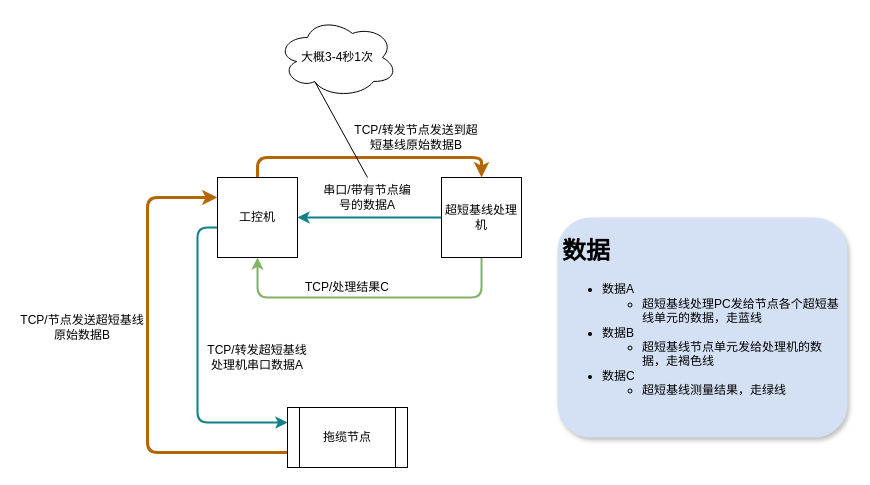
Earlier version of the draw.io diagram Untitled Diagram.drawio (origin2007/articles). Source tidied: cells renumbered, new cells numbered last; positions are measured from the earlier drawing's top-left corner, leaving out a move shared by most shapes. Both pictures are drawn from the tidied source at 100%, with x=0, y=0 at pixel (17, 17).
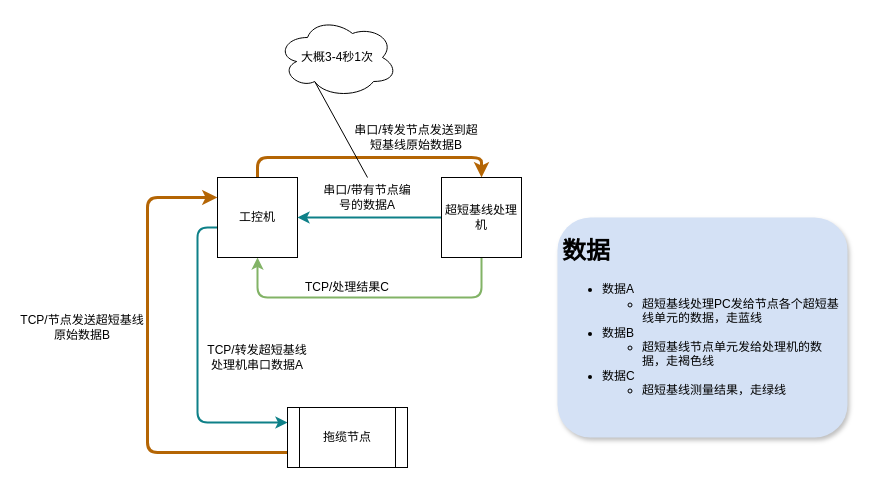
The same diagram, later.

The edit, as a diff of the source:
```diff
@@
-    <mxCell id="15" value="TCP/转发节点发送到超短基线原始数据B" style="text;html=1;strokeColor=none;fillColor=none;align=center;verticalAlign=middle;whiteSpace=wrap;rounded=0;" parent="1" vertex="1">
+    <mxCell id="15" value="串口/转发节点发送到超短基线原始数据B" style="text;html=1;strokeColor=none;fillColor=none;align=center;verticalAlign=middle;whiteSpace=wrap;rounded=0;" parent="1" vertex="1">
       <mxGeometry x="334" y="110" width="130" height="20" as="geometry" />
     </mxCell>
```
